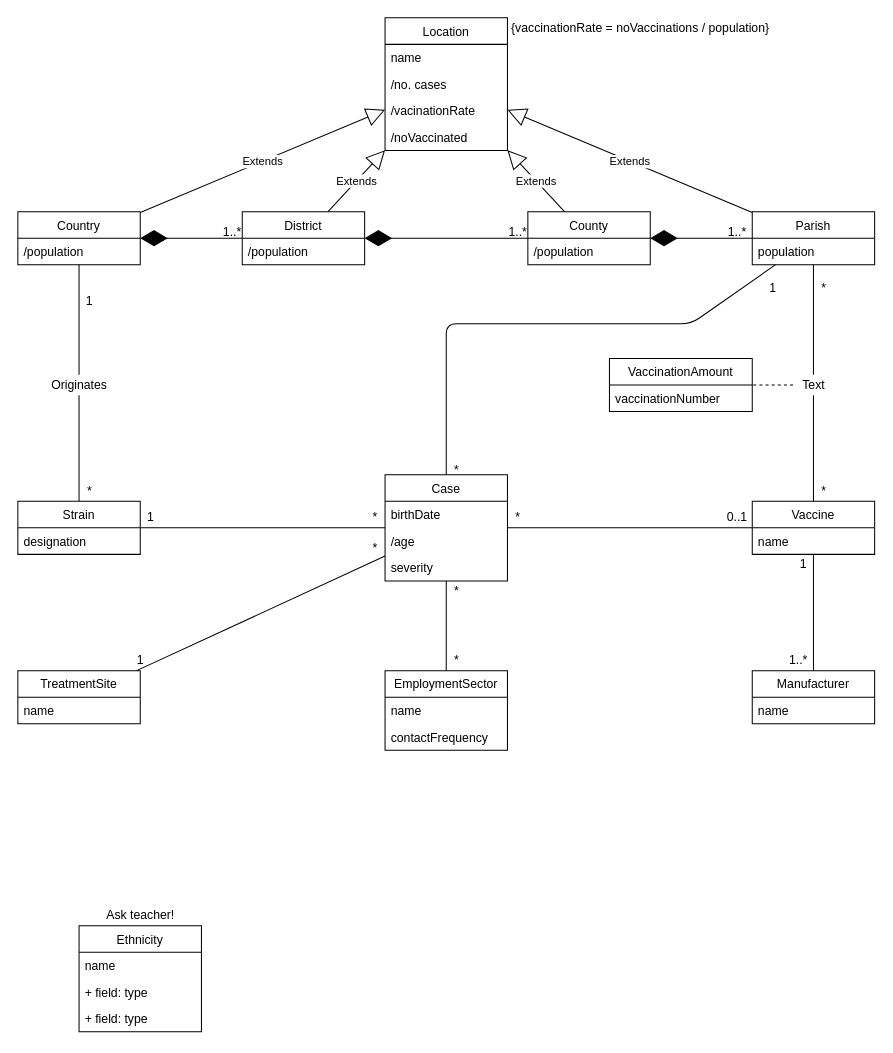
This is proj.drawio from DreFlo/bdad-proj, a draw.io file, before an edit. Source tidied: cells renumbered, new cells numbered last; positions are measured from the earlier drawing's top-left corner, leaving out a move shared by most shapes. Both pictures are drawn from the tidied source at 102%, with x=0, y=0 at pixel (17, 17).
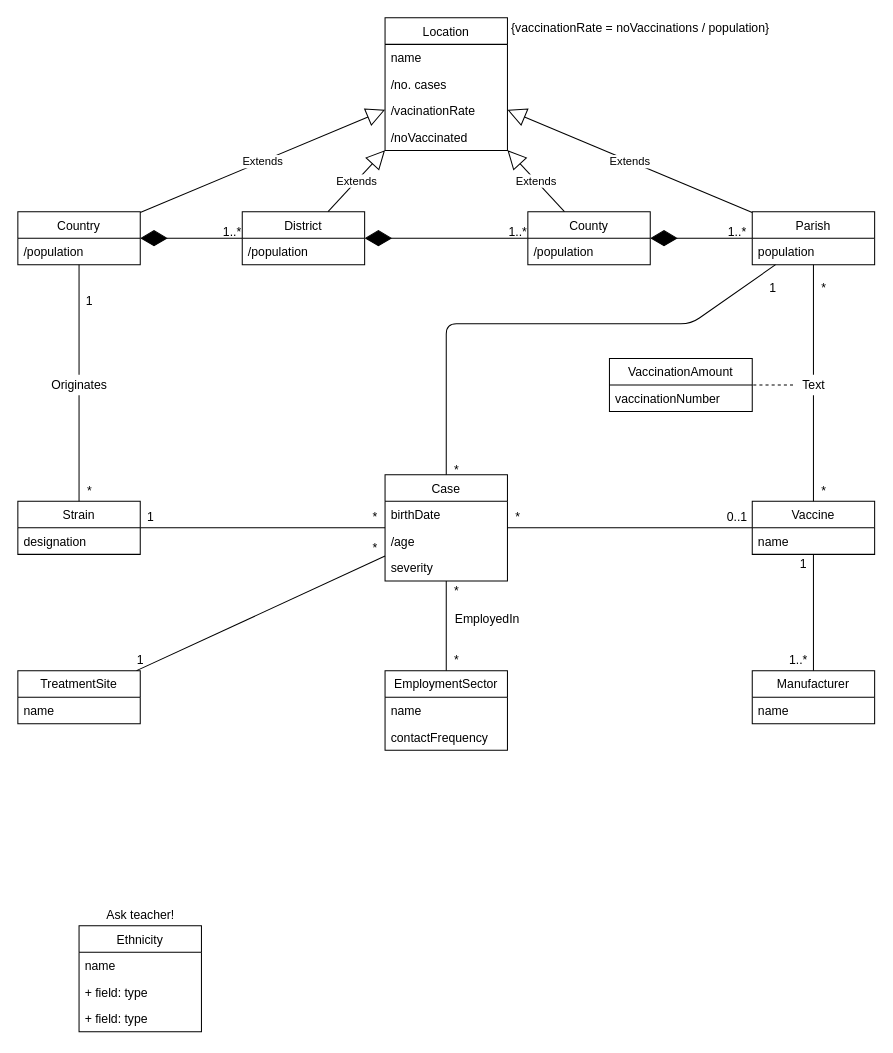
The same diagram, later.

The edit, as a diff of the source:
```diff
@@
+    <mxCell id="77" value="EmployedIn" style="text;html=1;align=center;verticalAlign=middle;" parent="1" vertex="1">
+      <mxGeometry x="420" y="580" width="80" height="20" as="geometry" />
+    </mxCell>
```
